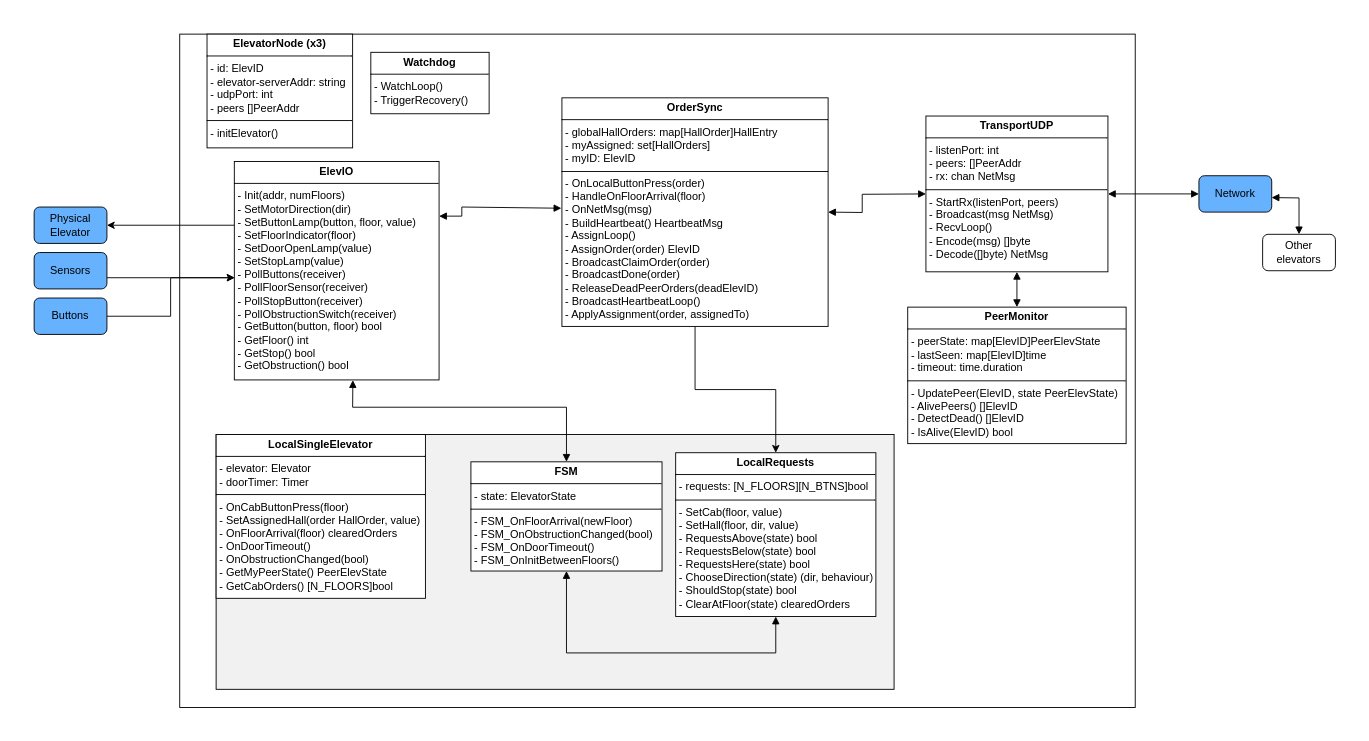
Above: Diagrams/component_diagram.drawio in SondreMyhre/TTK4145 (draw.io), before the change. Source tidied: cells renumbered, new cells numbered last; positions are measured from the earlier drawing's top-left corner, leaving out a move shared by most shapes. Both pictures are drawn from the tidied source at 91%, with x=0, y=0 at pixel (34, 34).
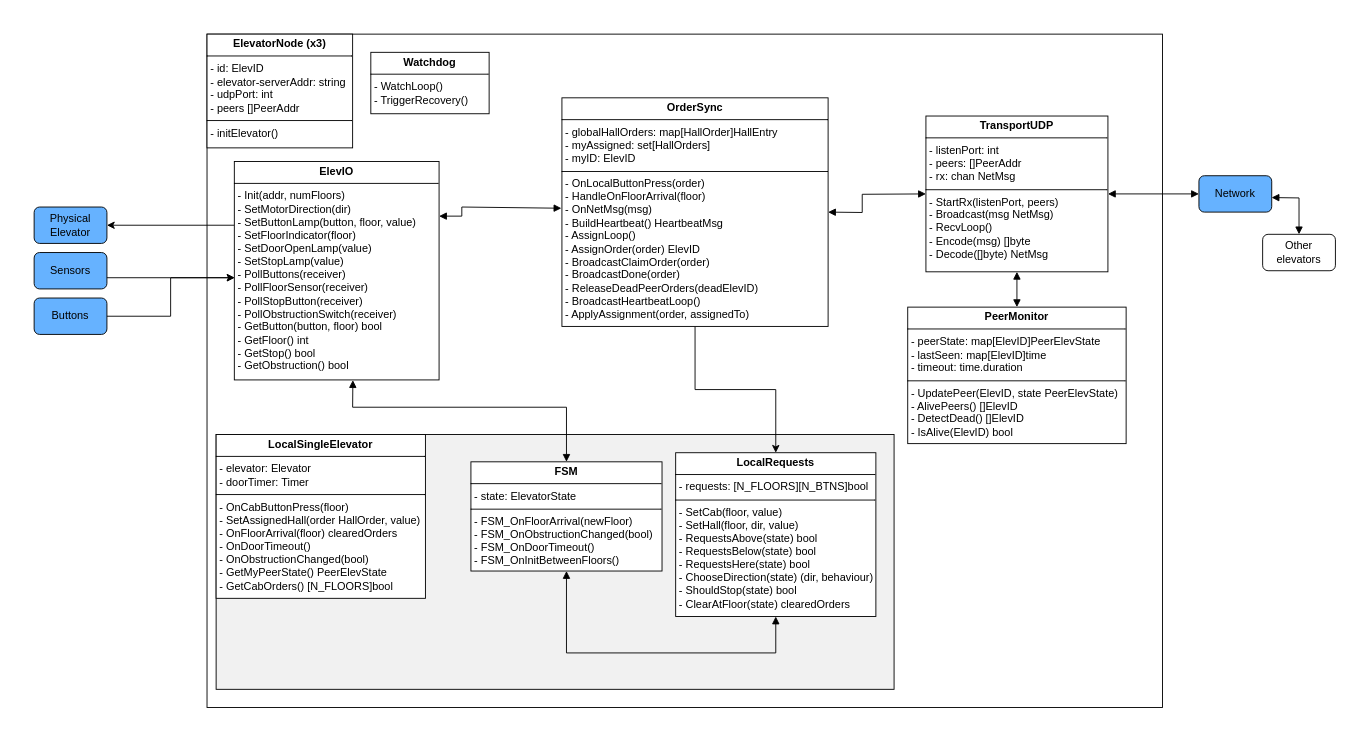
After the change.

The edit, as a diff of the source:
```diff
@@
+    <mxCell id="29" style="rounded=1;whiteSpace=wrap;html=1;fillColor=none;strokeColor=none;" parent="1" vertex="1">
+      <mxGeometry x="-20" y="-20" width="1470" height="780" as="geometry" />
+    </mxCell>
     <mxCell id="2" style="rounded=0;whiteSpace=wrap;html=1;fillColor=#FFFFFF;" parent="1" vertex="1">
-      <mxGeometry x="160" width="1050" height="740" as="geometry" />
+      <mxGeometry x="190" width="1050" height="740" as="geometry" />
     </mxCell>
```
